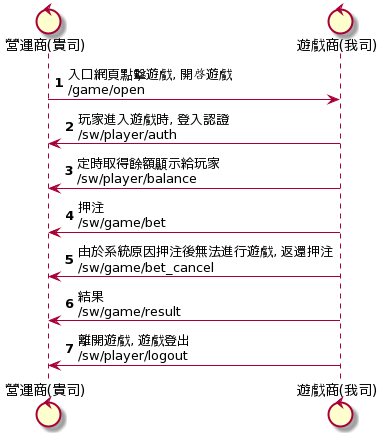
Above: server/wallet_single.png in s9256001/digame (PlantUML), before the change.
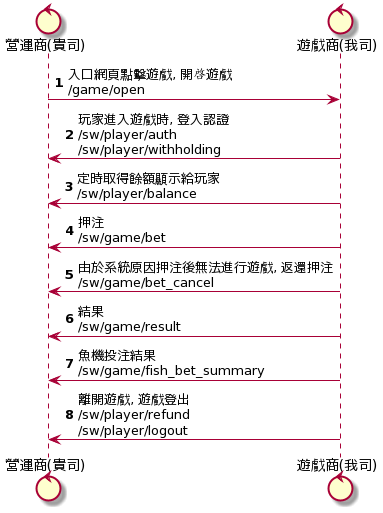
After the commit.

Change to the diagram source:
```diff
@@ -4,10 +4,11 @@
 
 autonumber 1
 "營運商(貴司)" -> "遊戲商(我司)": 入口網頁點擊遊戲, 開啟遊戲\n/game/open
-"遊戲商(我司)" -> "營運商(貴司)": 玩家進入遊戲時, 登入認證\n/sw/player/auth
+"遊戲商(我司)" -> "營運商(貴司)": 玩家進入遊戲時, 登入認證\n/sw/player/auth\n/sw/player/withholding
 "遊戲商(我司)" -> "營運商(貴司)": 定時取得餘額顯示給玩家\n/sw/player/balance
 "遊戲商(我司)" -> "營運商(貴司)": 押注\n/sw/game/bet
 "遊戲商(我司)" -> "營運商(貴司)": 由於系統原因押注後無法進行遊戲, 返還押注\n/sw/game/bet_cancel
 "遊戲商(我司)" -> "營運商(貴司)": 結果\n/sw/game/result
-"遊戲商(我司)" -> "營運商(貴司)": 離開遊戲, 遊戲登出\n/sw/player/logout
+"遊戲商(我司)" -> "營運商(貴司)": 魚機投注結果\n/sw/game/fish_bet_summary
+"遊戲商(我司)" -> "營運商(貴司)": 離開遊戲, 遊戲登出\n/sw/player/refund\n/sw/player/logout
 @enduml
```
